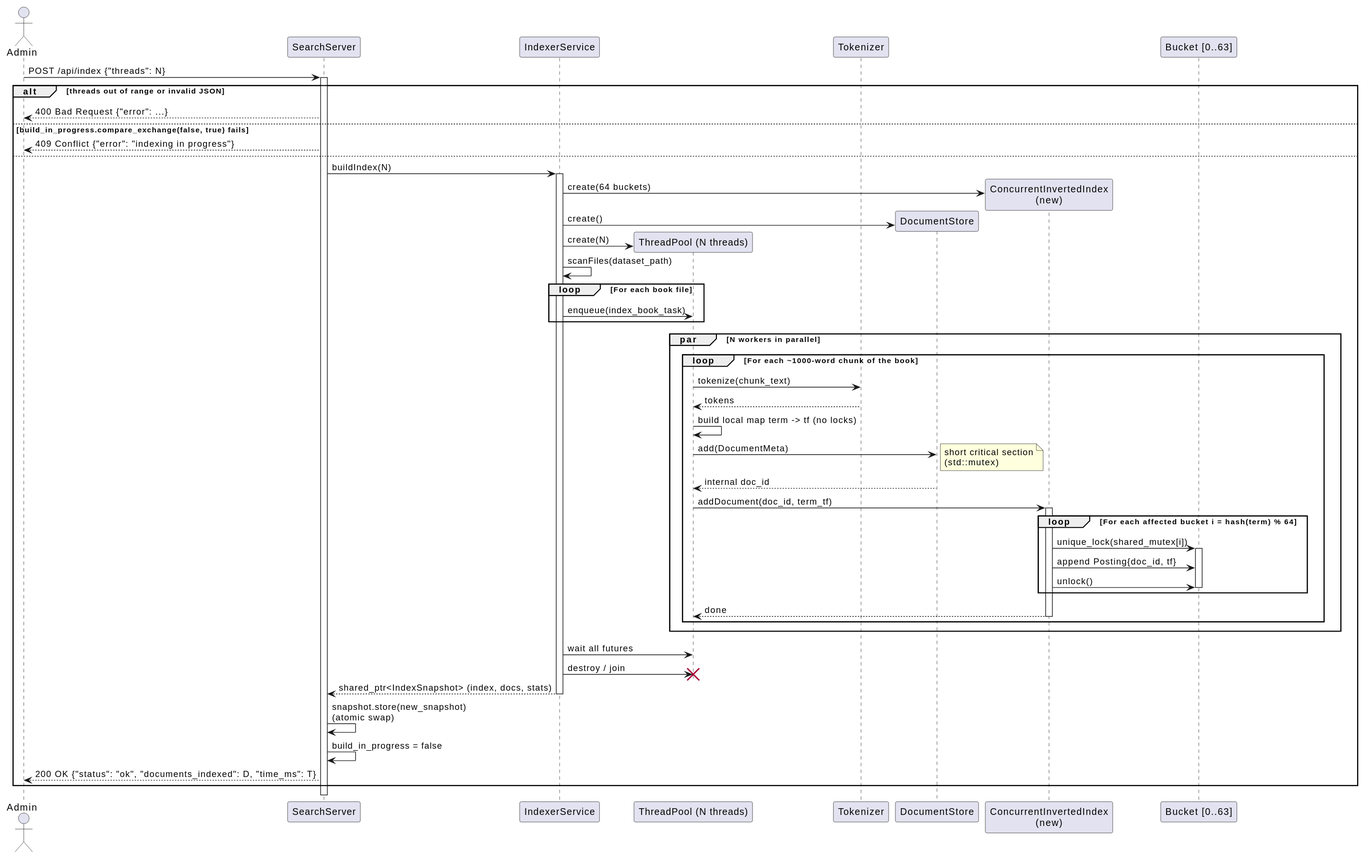
Earlier version of the PlantUML export docs/diagrams/svg/sequence_diagram_inverted_index.svg (fannulain/Concurrent-Search-Engine).
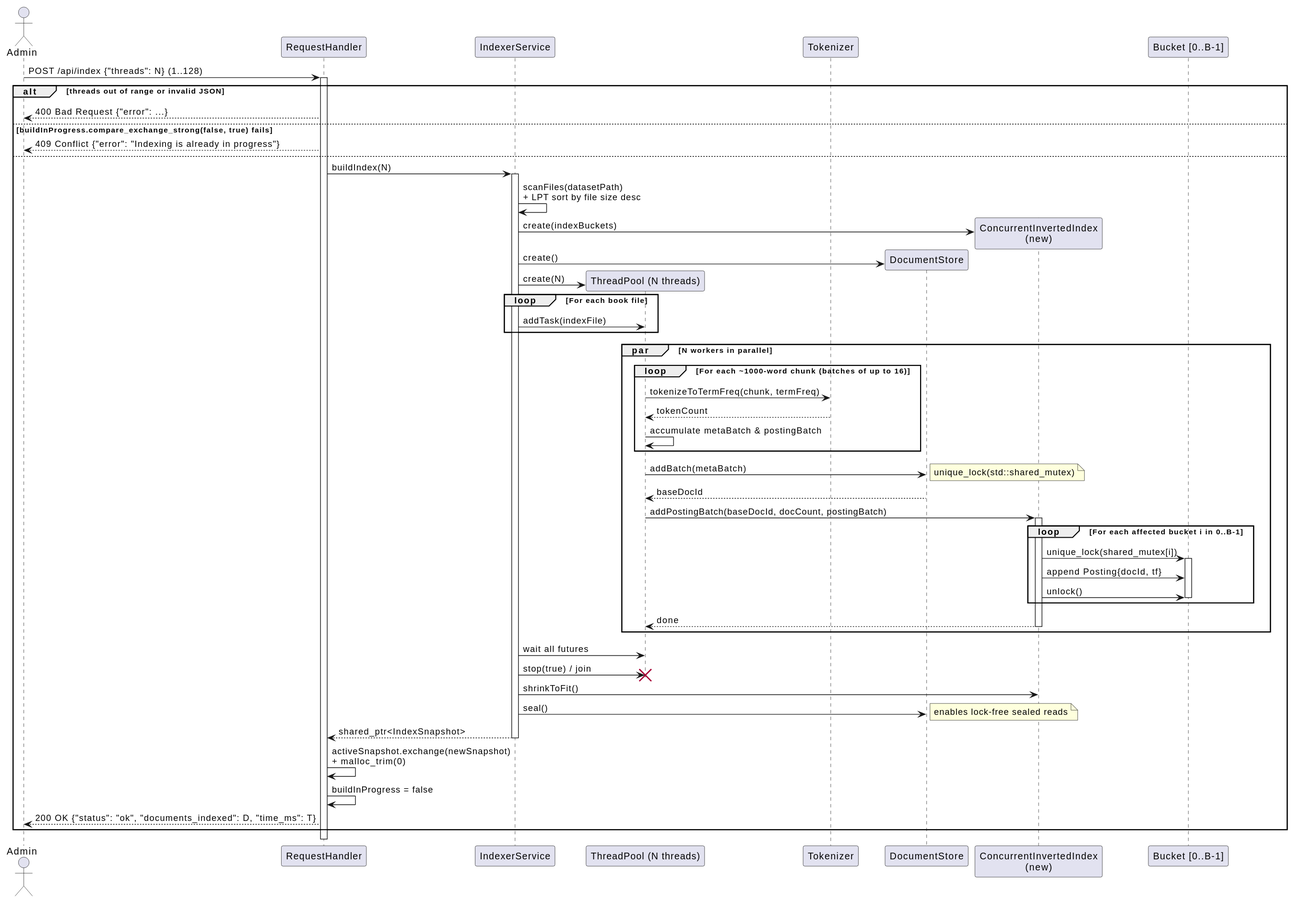
The same diagram one commit later.

Commit message:
docs: sync UML class and sequence diagrams with final implementation

What changed in the source:
```diff
@@ -1,63 +1,66 @@
 @startuml
 actor Admin
-participant "SearchServer" as Server
+participant "RequestHandler" as Handler
 participant "IndexerService" as Indexer
 participant "ThreadPool (N threads)" as Pool
 participant "Tokenizer" as Tok
 participant "DocumentStore" as Docs
 participant "ConcurrentInvertedIndex\n(new)" as Index
-participant "Bucket [0..63]" as Buckets
+participant "Bucket [0..B-1]" as Buckets
 
-Admin -> Server : POST /api/index {"threads": N}
-activate Server
+Admin -> Handler : POST /api/index {"threads": N} (1..128)
+activate Handler
 
 alt threads out of range or invalid JSON
-    Server --> Admin : 400 Bad Request {"error": ...}
-else build_in_progress.compare_exchange(false, true) fails
-    Server --> Admin : 409 Conflict {"error": "indexing in progress"}
+    Handler --> Admin : 400 Bad Request {"error": ...}
+else buildInProgress.compare_exchange_strong(false, true) fails
+    Handler --> Admin : 409 Conflict {"error": "Indexing is already in progress"}
 else
-    Server -> Indexer : buildIndex(N)
+    Handler -> Indexer : buildIndex(N)
     activate Indexer
 
-    Indexer -> Index ** : create(64 buckets)
+    Indexer -> Indexer : scanFiles(datasetPath)\n+ LPT sort by file size desc
+    Indexer -> Index ** : create(indexBuckets)
     Indexer -> Docs ** : create()
     Indexer -> Pool ** : create(N)
-    Indexer -> Indexer : scanFiles(dataset_path)
 
     loop For each book file
-        Indexer -> Pool : enqueue(index_book_task)
+        Indexer -> Pool : addTask(indexFile)
     end
 
     par N workers in parallel
-        loop For each ~1000-word chunk of the book
-            Pool -> Tok : tokenize(chunk_text)
-            Tok --> Pool : tokens
-            Pool -> Pool : build local map term -> tf (no locks)
-            Pool -> Docs : add(DocumentMeta)
-            note right: short critical section\n(std::mutex)
-            Docs --> Pool : internal doc_id
-            Pool -> Index : addDocument(doc_id, term_tf)
-            activate Index
-            loop For each affected bucket i = hash(term) % 64
-                Index -> Buckets : unique_lock(shared_mutex[i])
-                activate Buckets
-                Index -> Buckets : append Posting{doc_id, tf}
-                Index -> Buckets : unlock()
-                deactivate Buckets
-            end
-            Index --> Pool : done
-            deactivate Index
+        loop For each ~1000-word chunk (batches of up to 16)
+            Pool -> Tok : tokenizeToTermFreq(chunk, termFreq)
+            Tok --> Pool : tokenCount
+            Pool -> Pool : accumulate metaBatch & postingBatch
         end
+        Pool -> Docs : addBatch(metaBatch)
+        note right: unique_lock(std::shared_mutex)
+        Docs --> Pool : baseDocId
+        Pool -> Index : addPostingBatch(baseDocId, docCount, postingBatch)
+        activate Index
+        loop For each affected bucket i in 0..B-1
+            Index -> Buckets : unique_lock(shared_mutex[i])
+            activate Buckets
+            Index -> Buckets : append Posting{docId, tf}
+            Index -> Buckets : unlock()
+            deactivate Buckets
+        end
+        Index --> Pool : done
+        deactivate Index
     end
 
     Indexer -> Pool : wait all futures
-    Indexer -> Pool !! : destroy / join
-    Indexer --> Server : shared_ptr<IndexSnapshot> (index, docs, stats)
+    Indexer -> Pool !! : stop(true) / join
+    Indexer -> Index : shrinkToFit()
+    Indexer -> Docs : seal()
+    note right: enables lock-free sealed reads
+    Indexer --> Handler : shared_ptr<IndexSnapshot>
     deactivate Indexer
 
-    Server -> Server : snapshot.store(new_snapshot)\n(atomic swap)
-    Server -> Server : build_in_progress = false
-    Server --> Admin : 200 OK {"status": "ok", "documents_indexed": D, "time_ms": T}
+    Handler -> Handler : activeSnapshot.exchange(newSnapshot)\n+ malloc_trim(0)
+    Handler -> Handler : buildInProgress = false
+    Handler --> Admin : 200 OK {"status": "ok", "documents_indexed": D, "time_ms": T}
 end
-deactivate Server
+deactivate Handler
 @enduml
```
